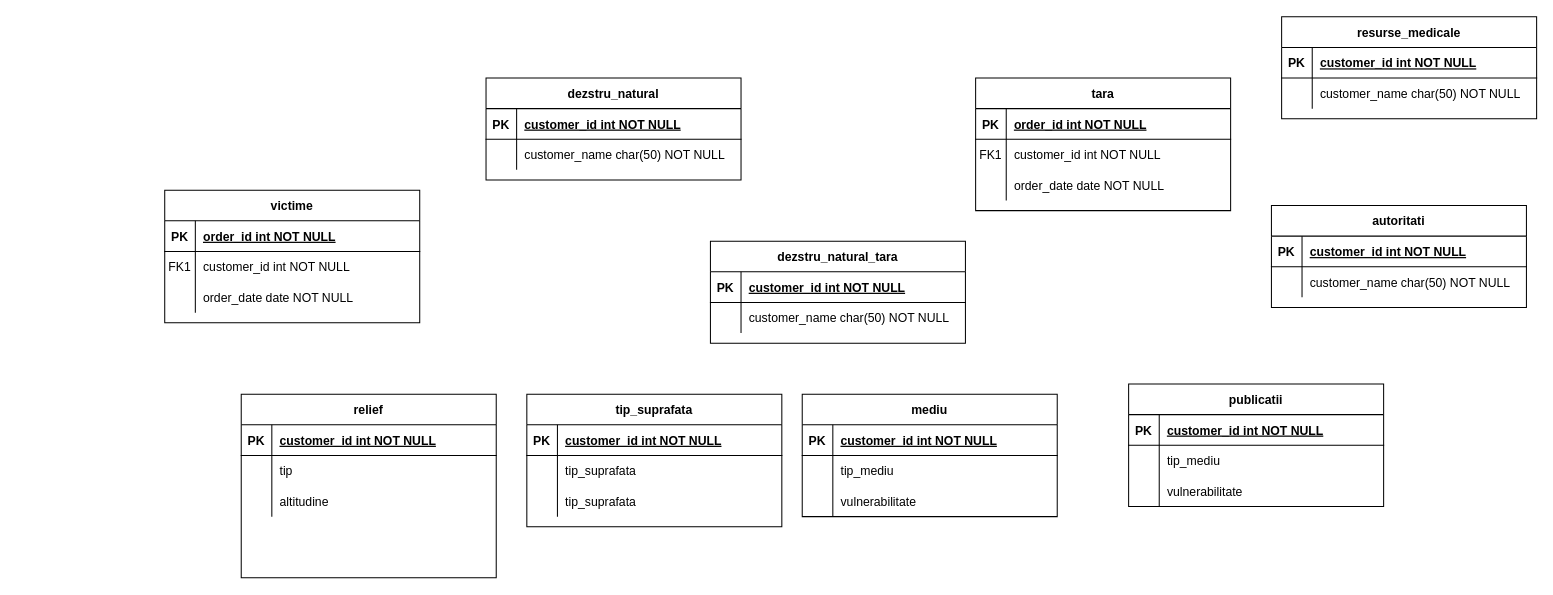
Before: Examen.drawio in Fabbye3737/databases, a draw.io diagram. Source tidied: cells renumbered, new cells numbered last; positions are measured from the earlier drawing's top-left corner, leaving out a move shared by most shapes. Both pictures are drawn from the tidied source at 102%, with x=0, y=0 at pixel (164, 16).
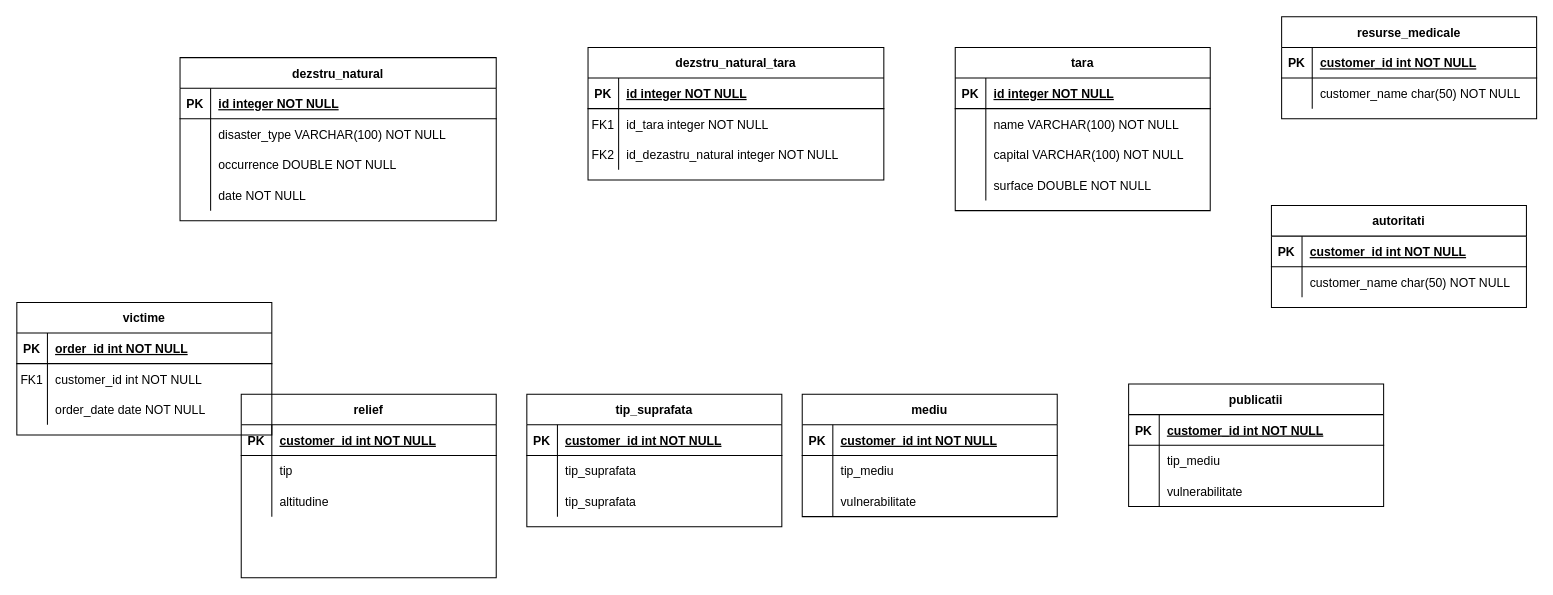
Above is the later version.

The change refers to these unchanged cells:
```xml
<mxCell id="3" style="shape=partialRectangle;fillColor=none;top=0;left=0;right=0;bottom=1;" parent="2" vertex="1">
  <mxGeometry y="30" width="250" height="30" as="geometry" />
</mxCell>
<mxCell id="6" style="shape=partialRectangle;fillColor=none;top=0;left=0;right=0;bottom=0;" parent="2" vertex="1">
  <mxGeometry y="60" width="250" height="30" as="geometry" />
</mxCell>
<mxCell id="9" style="shape=partialRectangle;fillColor=none;top=0;left=0;right=0;bottom=0;" parent="2" vertex="1">
  <mxGeometry y="90" width="250" height="30" as="geometry" />
</mxCell>
```

Change to the diagram source:
```diff
@@
     <mxCell id="2" value="tara" style="shape=table;startSize=30;childLayout=tableLayout;rowLines=0;fontStyle=1;align=center;" parent="1" vertex="1">
-      <mxGeometry x="795" y="60" width="250" height="130" as="geometry" />
+      <mxGeometry x="775" y="30" width="250" height="160" as="geometry" />
     </mxCell>
@@
-    <mxCell id="5" value="order_id int NOT NULL " style="shape=partialRectangle;overflow=hidden;fillColor=none;top=0;left=0;bottom=0;right=0;align=left;spacingLeft=6;fontStyle=5;" parent="3" vertex="1">
+    <mxCell id="5" value="id integer NOT NULL" style="shape=partialRectangle;overflow=hidden;fillColor=none;top=0;left=0;bottom=0;right=0;align=left;spacingLeft=6;fontStyle=5;" parent="3" vertex="1">
       <mxGeometry x="30" width="220" height="30" as="geometry" />
     </mxCell>
@@
-    <mxCell id="7" value="FK1" style="shape=partialRectangle;overflow=hidden;fillColor=none;top=0;left=0;bottom=0;right=0;" parent="6" vertex="1">
+    <mxCell id="7" style="shape=partialRectangle;overflow=hidden;fillColor=none;top=0;left=0;bottom=0;right=0;" parent="6" vertex="1">
       <mxGeometry width="30" height="30" as="geometry" />
     </mxCell>
-    <mxCell id="8" value="customer_id int NOT NULL" style="shape=partialRectangle;overflow=hidden;fillColor=none;top=0;left=0;bottom=0;right=0;align=left;spacingLeft=6;" parent="6" vertex="1">
+    <mxCell id="8" value="name VARCHAR(100) NOT NULL" style="shape=partialRectangle;overflow=hidden;fillColor=none;top=0;left=0;bottom=0;right=0;align=left;spacingLeft=6;" parent="6" vertex="1">
       <mxGeometry x="30" width="220" height="30" as="geometry" />
     </mxCell>
@@
-    <mxCell id="11" value="order_date date NOT NULL" style="shape=partialRectangle;overflow=hidden;fillColor=none;top=0;left=0;bottom=0;right=0;align=left;spacingLeft=6;" parent="9" vertex="1">
+    <mxCell id="11" value="capital VARCHAR(100) NOT NULL" style="shape=partialRectangle;overflow=hidden;fillColor=none;top=0;left=0;bottom=0;right=0;align=left;spacingLeft=6;" parent="9" vertex="1">
       <mxGeometry x="30" width="220" height="30" as="geometry" />
     </mxCell>
+    <mxCell id="90" style="shape=partialRectangle;fillColor=none;top=0;left=0;right=0;bottom=0;" parent="2" vertex="1">
+      <mxGeometry y="120" width="250" height="30" as="geometry" />
+    </mxCell>
+    <mxCell id="91" style="shape=partialRectangle;overflow=hidden;fillColor=none;top=0;left=0;bottom=0;right=0;" parent="90" vertex="1">
+      <mxGeometry width="30" height="30" as="geometry" />
+    </mxCell>
+    <mxCell id="92" value="surface DOUBLE NOT NULL" style="shape=partialRectangle;overflow=hidden;fillColor=none;top=0;left=0;bottom=0;right=0;align=left;spacingLeft=6;" parent="90" vertex="1">
+      <mxGeometry x="30" width="220" height="30" as="geometry" />
+    </mxCell>
     <mxCell id="12" value="dezstru_natural" style="shape=table;startSize=30;childLayout=tableLayout;rowLines=0;fontStyle=1;align=center;" parent="1" vertex="1">
-      <mxGeometry x="315" y="60" width="250" height="100" as="geometry" />
+      <mxGeometry x="15" y="40" width="310" height="160" as="geometry" />
     </mxCell>
     <mxCell id="13" style="shape=partialRectangle;fillColor=none;top=0;left=0;right=0;bottom=1;" parent="12" vertex="1">
-      <mxGeometry y="30" width="250" height="30" as="geometry" />
+      <mxGeometry y="30" width="310" height="30" as="geometry" />
     </mxCell>
@@
-    <mxCell id="15" value="customer_id int NOT NULL " style="shape=partialRectangle;overflow=hidden;fillColor=none;top=0;left=0;bottom=0;right=0;align=left;spacingLeft=6;fontStyle=5;" parent="13" vertex="1">
-      <mxGeometry x="30" width="220" height="30" as="geometry" />
+    <mxCell id="15" value="id integer NOT NULL" style="shape=partialRectangle;overflow=hidden;fillColor=none;top=0;left=0;bottom=0;right=0;align=left;spacingLeft=6;fontStyle=5;" parent="13" vertex="1">
+      <mxGeometry x="30" width="280" height="30" as="geometry" />
     </mxCell>
     <mxCell id="16" style="shape=partialRectangle;fillColor=none;top=0;left=0;right=0;bottom=0;" parent="12" vertex="1">
-      <mxGeometry y="60" width="250" height="30" as="geometry" />
+      <mxGeometry y="60" width="310" height="30" as="geometry" />
     </mxCell>
@@
-    <mxCell id="18" value="customer_name char(50) NOT NULL" style="shape=partialRectangle;overflow=hidden;fillColor=none;top=0;left=0;bottom=0;right=0;align=left;spacingLeft=6;" parent="16" vertex="1">
-      <mxGeometry x="30" width="220" height="30" as="geometry" />
+    <mxCell id="18" value="disaster_type VARCHAR(100) NOT NULL" style="shape=partialRectangle;overflow=hidden;fillColor=none;top=0;left=0;bottom=0;right=0;align=left;spacingLeft=6;" parent="16" vertex="1">
+      <mxGeometry x="30" width="280" height="30" as="geometry" />
     </mxCell>
+    <mxCell id="93" style="shape=partialRectangle;fillColor=none;top=0;left=0;right=0;bottom=0;" parent="12" vertex="1">
+      <mxGeometry y="90" width="310" height="30" as="geometry" />
+    </mxCell>
+    <mxCell id="94" style="shape=partialRectangle;overflow=hidden;fillColor=none;top=0;left=0;bottom=0;right=0;" parent="93" vertex="1">
+      <mxGeometry width="30" height="30" as="geometry" />
+    </mxCell>
+    <mxCell id="95" value="occurrence DOUBLE NOT NULL" style="shape=partialRectangle;overflow=hidden;fillColor=none;top=0;left=0;bottom=0;right=0;align=left;spacingLeft=6;" parent="93" vertex="1">
+      <mxGeometry x="30" width="280" height="30" as="geometry" />
+    </mxCell>
+    <mxCell id="96" style="shape=partialRectangle;fillColor=none;top=0;left=0;right=0;bottom=0;" parent="12" vertex="1">
+      <mxGeometry y="120" width="310" height="30" as="geometry" />
+    </mxCell>
+    <mxCell id="97" style="shape=partialRectangle;overflow=hidden;fillColor=none;top=0;left=0;bottom=0;right=0;" parent="96" vertex="1">
+      <mxGeometry width="30" height="30" as="geometry" />
+    </mxCell>
+    <mxCell id="98" value="date NOT NULL" style="shape=partialRectangle;overflow=hidden;fillColor=none;top=0;left=0;bottom=0;right=0;align=left;spacingLeft=6;" parent="96" vertex="1">
+      <mxGeometry x="30" width="280" height="30" as="geometry" />
+    </mxCell>
@@
     <mxCell id="39" value="victime" style="shape=table;startSize=30;childLayout=tableLayout;rowLines=0;fontStyle=1;align=center;" parent="1" vertex="1">
-      <mxGeometry y="170" width="250" height="130" as="geometry" />
+      <mxGeometry x="-145" y="280" width="250" height="130" as="geometry" />
     </mxCell>
@@
     <mxCell id="73" value="dezstru_natural_tara" style="shape=table;startSize=30;childLayout=tableLayout;rowLines=0;fontStyle=1;align=center;" parent="1" vertex="1">
-      <mxGeometry x="535" y="220" width="250" height="100" as="geometry" />
+      <mxGeometry x="415" y="30" width="290" height="130" as="geometry" />
     </mxCell>
     <mxCell id="74" style="shape=partialRectangle;fillColor=none;top=0;left=0;right=0;bottom=1;" parent="73" vertex="1">
-      <mxGeometry y="30" width="250" height="30" as="geometry" />
+      <mxGeometry y="30" width="290" height="30" as="geometry" />
     </mxCell>
@@
-    <mxCell id="76" value="customer_id int NOT NULL " style="shape=partialRectangle;overflow=hidden;fillColor=none;top=0;left=0;bottom=0;right=0;align=left;spacingLeft=6;fontStyle=5;" parent="74" vertex="1">
-      <mxGeometry x="30" width="220" height="30" as="geometry" />
+    <mxCell id="76" value="id integer NOT NULL" style="shape=partialRectangle;overflow=hidden;fillColor=none;top=0;left=0;bottom=0;right=0;align=left;spacingLeft=6;fontStyle=5;" parent="74" vertex="1">
+      <mxGeometry x="30" width="260" height="30" as="geometry" />
     </mxCell>
     <mxCell id="77" style="shape=partialRectangle;fillColor=none;top=0;left=0;right=0;bottom=0;" parent="73" vertex="1">
-      <mxGeometry y="60" width="250" height="30" as="geometry" />
+      <mxGeometry y="60" width="290" height="30" as="geometry" />
     </mxCell>
-    <mxCell id="78" style="shape=partialRectangle;overflow=hidden;fillColor=none;top=0;left=0;bottom=0;right=0;" parent="77" vertex="1">
+    <mxCell id="78" value="FK1" style="shape=partialRectangle;overflow=hidden;fillColor=none;top=0;left=0;bottom=0;right=0;" parent="77" vertex="1">
       <mxGeometry width="30" height="30" as="geometry" />
     </mxCell>
-    <mxCell id="79" value="customer_name char(50) NOT NULL" style="shape=partialRectangle;overflow=hidden;fillColor=none;top=0;left=0;bottom=0;right=0;align=left;spacingLeft=6;" parent="77" vertex="1">
-      <mxGeometry x="30" width="220" height="30" as="geometry" />
+    <mxCell id="79" value="id_tara integer NOT NULL" style="shape=partialRectangle;overflow=hidden;fillColor=none;top=0;left=0;bottom=0;right=0;align=left;spacingLeft=6;" parent="77" vertex="1">
+      <mxGeometry x="30" width="260" height="30" as="geometry" />
     </mxCell>
+    <mxCell id="99" style="shape=partialRectangle;fillColor=none;top=0;left=0;right=0;bottom=0;" parent="73" vertex="1">
+      <mxGeometry y="90" width="290" height="30" as="geometry" />
+    </mxCell>
+    <mxCell id="100" value="FK2" style="shape=partialRectangle;overflow=hidden;fillColor=none;top=0;left=0;bottom=0;right=0;" parent="99" vertex="1">
+      <mxGeometry width="30" height="30" as="geometry" />
+    </mxCell>
+    <mxCell id="101" value="id_dezastru_natural integer NOT NULL" style="shape=partialRectangle;overflow=hidden;fillColor=none;top=0;left=0;bottom=0;right=0;align=left;spacingLeft=6;" parent="99" vertex="1">
+      <mxGeometry x="30" width="260" height="30" as="geometry" />
+    </mxCell>
```
